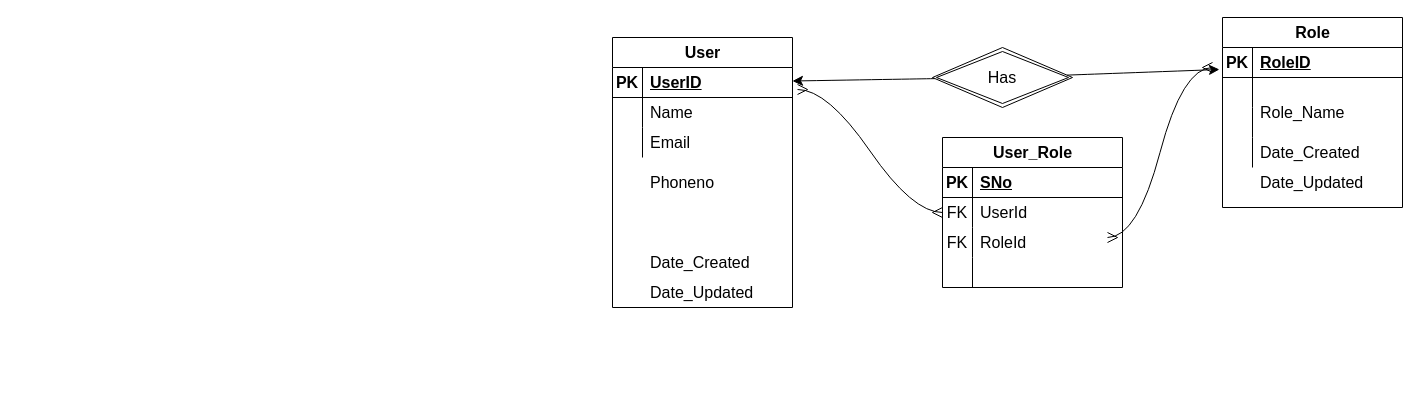
Before: Untitled Diagram.drawio in PoojaSharma2906/Chatting-Application-Java, a draw.io diagram. Source tidied: cells renumbered, new cells numbered last; positions are measured from the earlier drawing's top-left corner, leaving out a move shared by most shapes. Both pictures are drawn from the tidied source at 100%, with x=0, y=0 at pixel (612, 17).
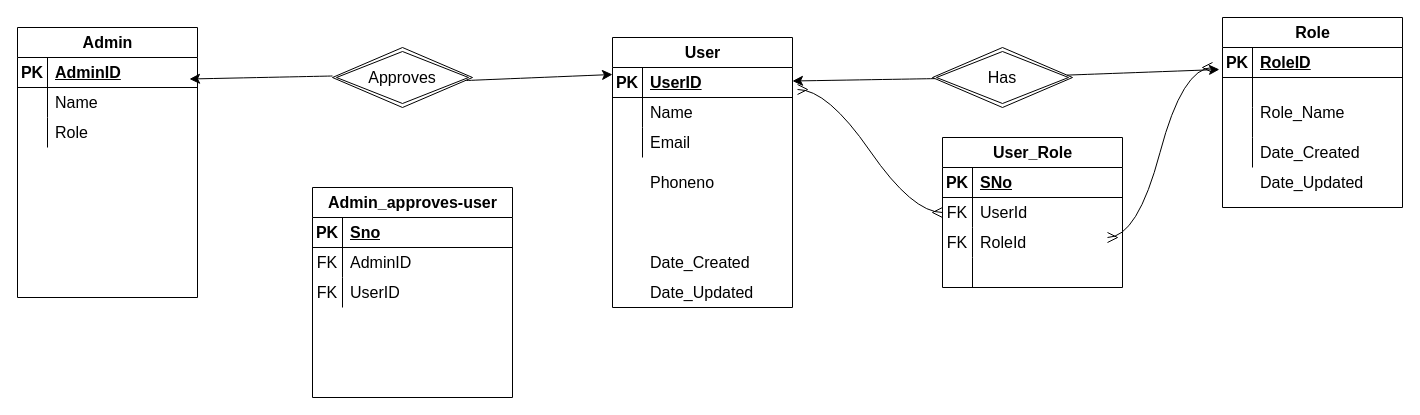
The same diagram, later.

The edit, as a diff of the source:
```diff
@@
+    <mxCell id="49" value="Admin" style="shape=table;startSize=30;childLayout=tableLayout;rowLines=0;fontStyle=1;align=center;html=1;fontSize=16;" parent="1" vertex="1">
+      <mxGeometry x="-595" y="10" width="180" height="270" as="geometry" />
+    </mxCell>
+    <mxCell id="50" style="shape=tableRow;horizontal=0;startSize=0;swimlaneHead=0;swimlaneBody=0;fillColor=none;top=0;left=0;right=0;bottom=1;fontSize=16;" parent="49" vertex="1">
+      <mxGeometry y="30" width="180" height="30" as="geometry" />
+    </mxCell>
+    <mxCell id="51" value="PK" style="shape=partialRectangle;fillColor=none;top=0;left=0;bottom=0;right=0;fontStyle=1;overflow=hidden;whiteSpace=wrap;html=1;fontSize=16;" parent="50" vertex="1">
+      <mxGeometry width="30" height="30" as="geometry" />
+    </mxCell>
+    <mxCell id="52" value="AdminID" style="shape=partialRectangle;fillColor=none;top=0;left=0;bottom=0;right=0;align=left;spacingLeft=6;fontStyle=5;overflow=hidden;whiteSpace=wrap;html=1;fontSize=16;" parent="50" vertex="1">
+      <mxGeometry x="30" width="150" height="30" as="geometry" />
+    </mxCell>
+    <mxCell id="53" style="shape=tableRow;horizontal=0;startSize=0;swimlaneHead=0;swimlaneBody=0;fillColor=none;top=0;left=0;right=0;bottom=0;fontSize=16;" parent="49" vertex="1">
+      <mxGeometry y="60" width="180" height="30" as="geometry" />
+    </mxCell>
+    <mxCell id="54" style="shape=partialRectangle;fillColor=none;top=0;left=0;bottom=0;right=0;overflow=hidden;whiteSpace=wrap;html=1;fontSize=16;" parent="53" vertex="1">
+      <mxGeometry width="30" height="30" as="geometry" />
+    </mxCell>
+    <mxCell id="55" value="Name" style="shape=partialRectangle;fillColor=none;top=0;left=0;bottom=0;right=0;align=left;spacingLeft=6;overflow=hidden;whiteSpace=wrap;html=1;fontSize=16;" parent="53" vertex="1">
+      <mxGeometry x="30" width="150" height="30" as="geometry" />
+    </mxCell>
+    <mxCell id="56" style="shape=tableRow;horizontal=0;startSize=0;swimlaneHead=0;swimlaneBody=0;fillColor=none;top=0;left=0;right=0;bottom=0;fontSize=16;" parent="49" vertex="1">
+      <mxGeometry y="90" width="180" height="30" as="geometry" />
+    </mxCell>
+    <mxCell id="57" style="shape=partialRectangle;fillColor=none;top=0;left=0;bottom=0;right=0;overflow=hidden;whiteSpace=wrap;html=1;fontSize=16;" parent="56" vertex="1">
+      <mxGeometry width="30" height="30" as="geometry" />
+    </mxCell>
+    <mxCell id="58" value="Role" style="shape=partialRectangle;fillColor=none;top=0;left=0;bottom=0;right=0;align=left;spacingLeft=6;overflow=hidden;whiteSpace=wrap;html=1;fontSize=16;" parent="56" vertex="1">
+      <mxGeometry x="30" width="150" height="30" as="geometry" />
+    </mxCell>
+    <mxCell id="59" style="edgeStyle=none;curved=1;rounded=0;orthogonalLoop=1;jettySize=auto;html=1;fontSize=12;startSize=8;endSize=8;" parent="1" edge="1">
+      <mxGeometry relative="1" as="geometry">
+        <mxPoint x="-280" y="58.5" as="sourcePoint" />
+        <mxPoint x="-423" y="61.5" as="targetPoint" />
+      </mxGeometry>
+    </mxCell>
+    <mxCell id="60" value="Approves" style="shape=rhombus;double=1;perimeter=rhombusPerimeter;whiteSpace=wrap;html=1;align=center;fontSize=16;" parent="1" vertex="1">
+      <mxGeometry x="-280" y="30" width="140" height="60" as="geometry" />
+    </mxCell>
+    <mxCell id="61" style="edgeStyle=none;curved=1;rounded=0;orthogonalLoop=1;jettySize=auto;html=1;fontSize=12;startSize=8;endSize=8;" parent="1" edge="1">
+      <mxGeometry relative="1" as="geometry">
+        <mxPoint x="-146" y="63" as="sourcePoint" />
+        <mxPoint y="57" as="targetPoint" />
+      </mxGeometry>
+    </mxCell>
+    <mxCell id="62" value="Admin_approves-user" style="shape=table;startSize=30;childLayout=tableLayout;rowLines=0;fontStyle=1;align=center;html=1;fontSize=16;" parent="1" vertex="1">
+      <mxGeometry x="-300" y="170" width="200" height="210" as="geometry" />
+    </mxCell>
+    <mxCell id="63" style="shape=tableRow;horizontal=0;startSize=0;swimlaneHead=0;swimlaneBody=0;fillColor=none;top=0;left=0;right=0;bottom=1;fontSize=16;" parent="62" vertex="1">
+      <mxGeometry y="30" width="200" height="30" as="geometry" />
+    </mxCell>
+    <mxCell id="64" value="PK" style="shape=partialRectangle;fillColor=none;top=0;left=0;bottom=0;right=0;fontStyle=1;overflow=hidden;whiteSpace=wrap;html=1;fontSize=16;" parent="63" vertex="1">
+      <mxGeometry width="30" height="30" as="geometry" />
+    </mxCell>
+    <mxCell id="65" value="Sno" style="shape=partialRectangle;fillColor=none;top=0;left=0;bottom=0;right=0;align=left;spacingLeft=6;fontStyle=5;overflow=hidden;whiteSpace=wrap;html=1;fontSize=16;" parent="63" vertex="1">
+      <mxGeometry x="30" width="170" height="30" as="geometry" />
+    </mxCell>
+    <mxCell id="66" style="shape=tableRow;horizontal=0;startSize=0;swimlaneHead=0;swimlaneBody=0;fillColor=none;top=0;left=0;right=0;bottom=0;fontSize=16;" parent="62" vertex="1">
+      <mxGeometry y="60" width="200" height="30" as="geometry" />
+    </mxCell>
+    <mxCell id="67" value="FK" style="shape=partialRectangle;fillColor=none;top=0;left=0;bottom=0;right=0;overflow=hidden;whiteSpace=wrap;html=1;fontSize=16;" parent="66" vertex="1">
+      <mxGeometry width="30" height="30" as="geometry" />
+    </mxCell>
+    <mxCell id="68" value="AdminID" style="shape=partialRectangle;fillColor=none;top=0;left=0;bottom=0;right=0;align=left;spacingLeft=6;overflow=hidden;whiteSpace=wrap;html=1;fontSize=16;" parent="66" vertex="1">
+      <mxGeometry x="30" width="170" height="30" as="geometry" />
+    </mxCell>
+    <mxCell id="69" style="shape=tableRow;horizontal=0;startSize=0;swimlaneHead=0;swimlaneBody=0;fillColor=none;top=0;left=0;right=0;bottom=0;fontSize=16;" parent="62" vertex="1">
+      <mxGeometry y="90" width="200" height="30" as="geometry" />
+    </mxCell>
+    <mxCell id="70" value="FK" style="shape=partialRectangle;fillColor=none;top=0;left=0;bottom=0;right=0;overflow=hidden;whiteSpace=wrap;html=1;fontSize=16;" parent="69" vertex="1">
+      <mxGeometry width="30" height="30" as="geometry" />
+    </mxCell>
+    <mxCell id="71" value="UserID" style="shape=partialRectangle;fillColor=none;top=0;left=0;bottom=0;right=0;align=left;spacingLeft=6;overflow=hidden;whiteSpace=wrap;html=1;fontSize=16;" parent="69" vertex="1">
+      <mxGeometry x="30" width="170" height="30" as="geometry" />
+    </mxCell>
```
